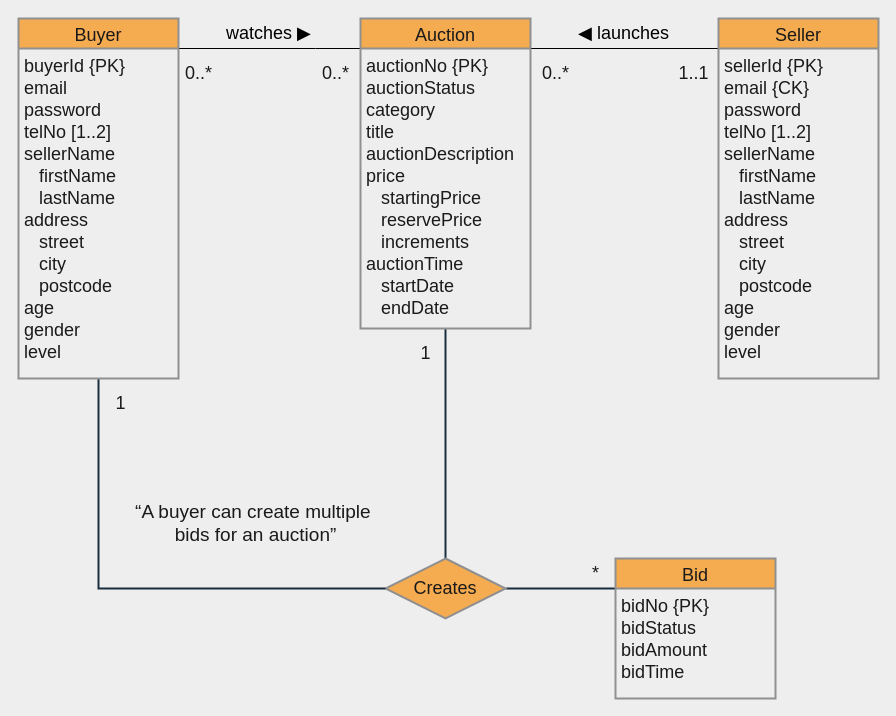
Above: ERD_Simplest.drawio in gearhere/auction-house (draw.io), before the change. Source tidied: cells renumbered, new cells numbered last; positions are measured from the earlier drawing's top-left corner, leaving out a move shared by most shapes. Both pictures are drawn from the tidied source at 100%, with x=0, y=0 at pixel (18, 18).
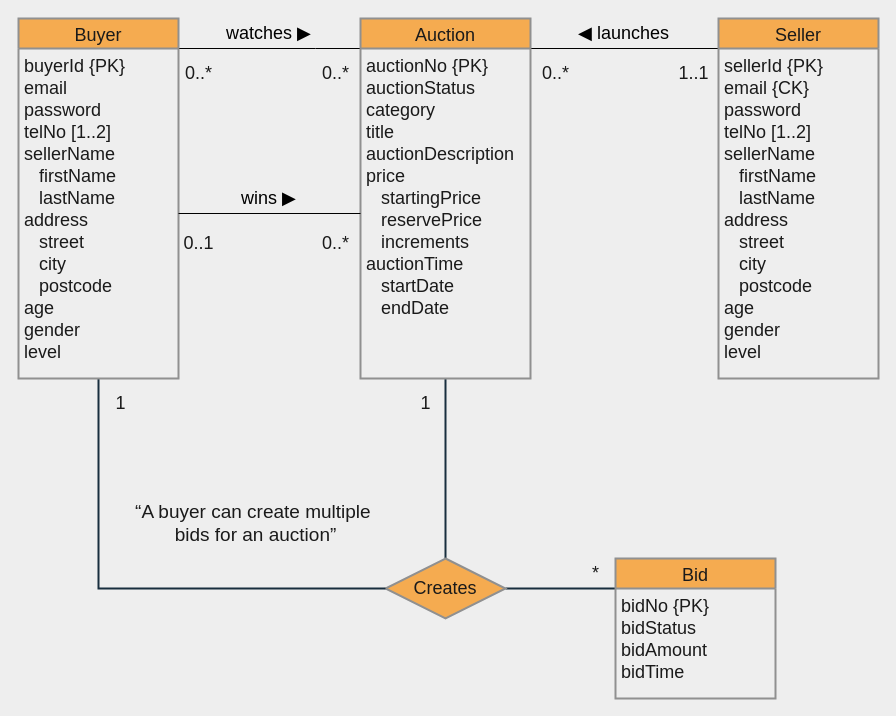
After the change.

The change refers to these unchanged cells:
```xml
<mxCell id="22" value="buyerId {PK}&#10;email&#10;password&#10;telNo [1..2]&#10;sellerName&#10;   firstName&#10;   lastName&#10;address&#10;   street&#10;   city&#10;   postcode&#10;age&#10;gender&#10;level" style="align=left;strokeColor=none;fillColor=none;spacingLeft=4;fontSize=18;verticalAlign=top;fontColor=#1A1A1A;" parent="21" vertex="1">
  <mxGeometry y="30" width="160" height="330" as="geometry" />
</mxCell>
```

What changed in the source:
```diff
@@
     <mxCell id="9" value="1" style="text;html=1;align=center;verticalAlign=middle;fontSize=18;fontColor=#1A1A1A;" parent="1" vertex="1">
-      <mxGeometry x="392" y="320" width="30" height="30" as="geometry" />
+      <mxGeometry x="392" y="370" width="30" height="30" as="geometry" />
     </mxCell>
@@
     <mxCell id="19" value="Auction" style="swimlane;horizontal=1;startSize=30;fontSize=18;fontStyle=0;strokeWidth=2;shadow=0;dashed=0;align=center;fillColor=#F5AB50;strokeColor=#909090;fontColor=#1A1A1A;" parent="1" vertex="1">
-      <mxGeometry x="342" width="170" height="310" as="geometry" />
+      <mxGeometry x="342" width="170" height="360" as="geometry" />
     </mxCell>
     <mxCell id="20" value="auctionNo {PK}&#10;auctionStatus&#10;category&#10;title&#10;auctionDescription&#10;price&#10;   startingPrice&#10;   reservePrice&#10;   increments&#10;auctionTime&#10;   startDate&#10;   endDate" style="align=left;strokeColor=none;fillColor=none;spacingLeft=4;fontSize=18;verticalAlign=top;fontStyle=0;fontColor=#1A1A1A;" parent="19" vertex="1">
-      <mxGeometry y="30" width="170" height="280" as="geometry" />
+      <mxGeometry y="30" width="170" height="330" as="geometry" />
     </mxCell>
@@
+    <mxCell id="26" style="edgeStyle=orthogonalEdgeStyle;rounded=0;jettySize=auto;html=1;exitX=1;exitY=0.5;exitDx=0;exitDy=0;endArrow=none;endFill=0;" parent="1" edge="1" source="22" target="20">
+      <mxGeometry relative="1" as="geometry" />
+    </mxCell>
+    <mxCell id="27" value="wins ▶" style="text;html=1;align=center;verticalAlign=middle;fontSize=18;" parent="1" vertex="1">
+      <mxGeometry x="215" y="165" width="70" height="30" as="geometry" />
+    </mxCell>
+    <mxCell id="28" value="0..1" style="text;html=1;align=center;verticalAlign=middle;fontSize=18;fontColor=#1A1A1A;" parent="1" vertex="1">
+      <mxGeometry x="155" y="210" width="50" height="30" as="geometry" />
+    </mxCell>
+    <mxCell id="29" value="0..*" style="text;html=1;align=center;verticalAlign=middle;fontSize=18;fontColor=#1A1A1A;" parent="1" vertex="1">
+      <mxGeometry x="297" y="210" width="40" height="30" as="geometry" />
+    </mxCell>
```
